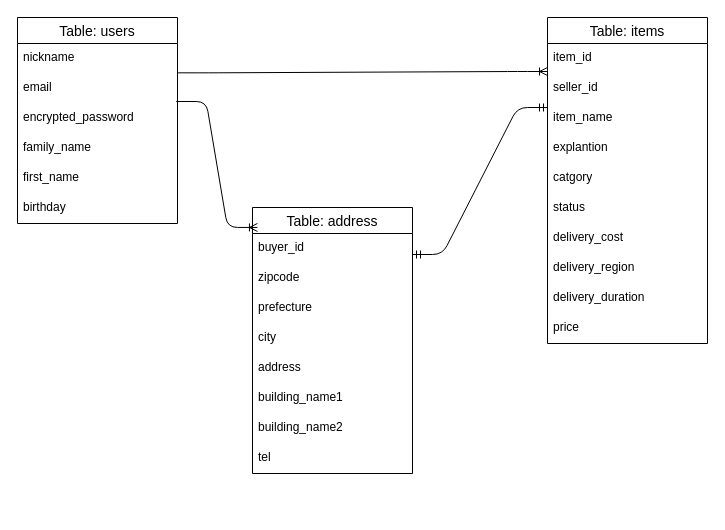
Above: ER.dio in John-Willy-Brandt/furima-46330 (draw.io), before the change. Source tidied: cells renumbered, new cells numbered last; positions are measured from the earlier drawing's top-left corner, leaving out a move shared by most shapes. Both pictures are drawn from the tidied source at 100%, with x=0, y=0 at pixel (17, 17).
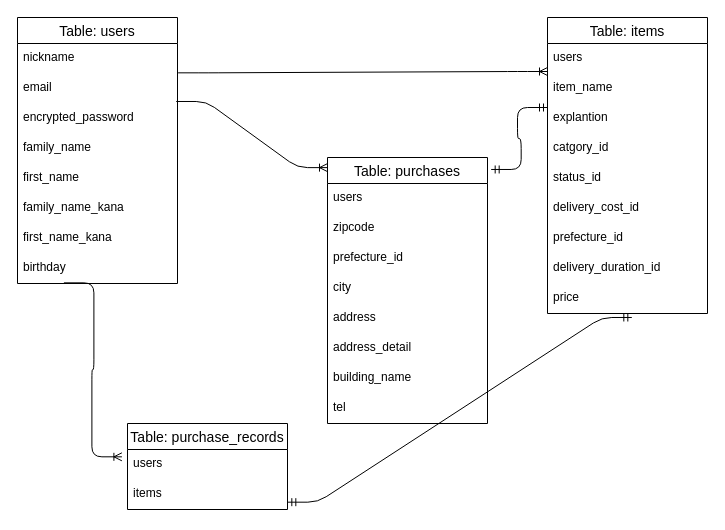
Above is the later version.

Unchanged cells that the change refers to:
```xml
<mxCell id="5" value="encrypted_password" style="text;strokeColor=none;fillColor=none;spacingLeft=4;spacingRight=4;overflow=hidden;points=[[0,0.5],[1,0.5]];portConstraint=eastwest;fontSize=12;whiteSpace=wrap;html=1;" parent="2" vertex="1">
  <mxGeometry y="86" width="160" height="30" as="geometry" />
</mxCell>
```

The edit, as a diff of the source:
```diff
@@
     <mxCell id="2" value="Table: users" style="swimlane;fontStyle=0;horizontal=1;startSize=26;align=center;fontSize=14;" parent="1" vertex="1">
-      <mxGeometry width="160" height="206" as="geometry" />
+      <mxGeometry width="160" height="266" as="geometry" />
     </mxCell>
@@
+    <mxCell id="32" value="family_name_kana&amp;nbsp;" style="text;strokeColor=none;fillColor=none;spacingLeft=4;spacingRight=4;overflow=hidden;fontSize=12;whiteSpace=wrap;html=1;" parent="2" vertex="1">
+      <mxGeometry y="176" width="160" height="30" as="geometry" />
+    </mxCell>
+    <mxCell id="33" value="first_name_kana" style="text;strokeColor=none;fillColor=none;spacingLeft=4;spacingRight=4;overflow=hidden;fontSize=12;whiteSpace=wrap;html=1;" parent="2" vertex="1">
+      <mxGeometry y="206" width="160" height="30" as="geometry" />
+    </mxCell>
     <mxCell id="8" value="birthday" style="text;strokeColor=none;fillColor=none;spacingLeft=4;spacingRight=4;overflow=hidden;points=[[0,0.5],[1,0.5]];portConstraint=eastwest;fontSize=12;whiteSpace=wrap;html=1;" parent="2" vertex="1">
-      <mxGeometry y="176" width="160" height="30" as="geometry" />
+      <mxGeometry y="236" width="160" height="30" as="geometry" />
     </mxCell>
     <mxCell id="9" value="Table: items" style="swimlane;fontStyle=0;horizontal=1;startSize=26;align=center;fontSize=14;" parent="1" vertex="1">
-      <mxGeometry x="530" width="160" height="326" as="geometry" />
+      <mxGeometry x="530" width="160" height="296" as="geometry" />
     </mxCell>
-    <mxCell id="10" value="item_id&amp;nbsp;" style="text;strokeColor=none;fillColor=none;spacingLeft=4;spacingRight=4;overflow=hidden;fontSize=12;whiteSpace=wrap;html=1;" parent="9" vertex="1">
-      <mxGeometry y="26" width="160" height="30" as="geometry" />
-    </mxCell>
-    <mxCell id="11" value="seller_id" style="text;strokeColor=none;fillColor=none;spacingLeft=4;spacingRight=4;overflow=hidden;fontSize=12;whiteSpace=wrap;html=1;" parent="9" vertex="1">
-      <mxGeometry y="56" width="160" height="30" as="geometry" />
+    <mxCell id="11" value="users" style="text;strokeColor=none;fillColor=none;spacingLeft=4;spacingRight=4;overflow=hidden;fontSize=12;whiteSpace=wrap;html=1;" parent="9" vertex="1">
+      <mxGeometry y="26" width="160" height="30" as="geometry" />
     </mxCell>
     <mxCell id="12" value="item_name" style="text;strokeColor=none;fillColor=none;spacingLeft=4;spacingRight=4;overflow=hidden;fontSize=12;whiteSpace=wrap;html=1;" parent="9" vertex="1">
-      <mxGeometry y="86" width="160" height="30" as="geometry" />
+      <mxGeometry y="56" width="160" height="30" as="geometry" />
     </mxCell>
     <mxCell id="13" value="explantion&lt;div&gt;&lt;br&gt;&lt;/div&gt;" style="text;strokeColor=none;fillColor=none;spacingLeft=4;spacingRight=4;overflow=hidden;fontSize=12;whiteSpace=wrap;html=1;" parent="9" vertex="1">
-      <mxGeometry y="116" width="160" height="30" as="geometry" />
+      <mxGeometry y="86" width="160" height="30" as="geometry" />
     </mxCell>
-    <mxCell id="14" value="catgory" style="text;strokeColor=none;fillColor=none;spacingLeft=4;spacingRight=4;overflow=hidden;fontSize=12;whiteSpace=wrap;html=1;" parent="9" vertex="1">
-      <mxGeometry y="146" width="160" height="30" as="geometry" />
+    <mxCell id="14" value="catgory_id&amp;nbsp;" style="text;strokeColor=none;fillColor=none;spacingLeft=4;spacingRight=4;overflow=hidden;fontSize=12;whiteSpace=wrap;html=1;" parent="9" vertex="1">
+      <mxGeometry y="116" width="160" height="30" as="geometry" />
     </mxCell>
-    <mxCell id="15" value="status" style="text;strokeColor=none;fillColor=none;spacingLeft=4;spacingRight=4;overflow=hidden;fontSize=12;whiteSpace=wrap;html=1;" parent="9" vertex="1">
-      <mxGeometry y="176" width="160" height="30" as="geometry" />
+    <mxCell id="15" value="status_id&amp;nbsp;" style="text;strokeColor=none;fillColor=none;spacingLeft=4;spacingRight=4;overflow=hidden;fontSize=12;whiteSpace=wrap;html=1;" parent="9" vertex="1">
+      <mxGeometry y="146" width="160" height="30" as="geometry" />
     </mxCell>
-    <mxCell id="16" value="delivery_cost" style="text;strokeColor=none;fillColor=none;spacingLeft=4;spacingRight=4;overflow=hidden;fontSize=12;whiteSpace=wrap;html=1;" parent="9" vertex="1">
-      <mxGeometry y="206" width="160" height="30" as="geometry" />
+    <mxCell id="16" value="delivery_cost_id&amp;nbsp;" style="text;strokeColor=none;fillColor=none;spacingLeft=4;spacingRight=4;overflow=hidden;fontSize=12;whiteSpace=wrap;html=1;" parent="9" vertex="1">
+      <mxGeometry y="176" width="160" height="30" as="geometry" />
     </mxCell>
-    <mxCell id="17" value="delivery_region" style="text;strokeColor=none;fillColor=none;spacingLeft=4;spacingRight=4;overflow=hidden;fontSize=12;whiteSpace=wrap;html=1;" parent="9" vertex="1">
-      <mxGeometry y="236" width="160" height="30" as="geometry" />
+    <mxCell id="17" value="prefecture_id" style="text;strokeColor=none;fillColor=none;spacingLeft=4;spacingRight=4;overflow=hidden;fontSize=12;whiteSpace=wrap;html=1;" parent="9" vertex="1">
+      <mxGeometry y="206" width="160" height="30" as="geometry" />
     </mxCell>
-    <mxCell id="18" value="delivery_duration" style="text;strokeColor=none;fillColor=none;spacingLeft=4;spacingRight=4;overflow=hidden;fontSize=12;whiteSpace=wrap;html=1;" parent="9" vertex="1">
-      <mxGeometry y="266" width="160" height="30" as="geometry" />
+    <mxCell id="18" value="delivery_duration_id" style="text;strokeColor=none;fillColor=none;spacingLeft=4;spacingRight=4;overflow=hidden;fontSize=12;whiteSpace=wrap;html=1;" parent="9" vertex="1">
+      <mxGeometry y="236" width="160" height="30" as="geometry" />
     </mxCell>
     <mxCell id="19" value="price" style="text;strokeColor=none;fillColor=none;spacingLeft=4;spacingRight=4;overflow=hidden;points=[[0,0.5],[1,0.5]];portConstraint=eastwest;fontSize=12;whiteSpace=wrap;html=1;" parent="9" vertex="1">
-      <mxGeometry y="296" width="160" height="30" as="geometry" />
+      <mxGeometry y="266" width="160" height="30" as="geometry" />
     </mxCell>
-    <mxCell id="20" value="Table: address" style="swimlane;fontStyle=0;horizontal=1;startSize=26;align=center;fontSize=14;" parent="1" vertex="1">
-      <mxGeometry x="235" y="190" width="160" height="266" as="geometry" />
+    <mxCell id="20" value="Table: purchases" style="swimlane;fontStyle=0;horizontal=1;startSize=26;align=center;fontSize=14;" parent="1" vertex="1">
+      <mxGeometry x="310" y="140" width="160" height="266" as="geometry" />
     </mxCell>
-    <mxCell id="21" value="buyer_id" style="text;strokeColor=none;fillColor=none;spacingLeft=4;spacingRight=4;overflow=hidden;fontSize=12;whiteSpace=wrap;html=1;" parent="20" vertex="1">
+    <mxCell id="21" value="users" style="text;strokeColor=none;fillColor=none;spacingLeft=4;spacingRight=4;overflow=hidden;fontSize=12;whiteSpace=wrap;html=1;" parent="20" vertex="1">
       <mxGeometry y="26" width="160" height="30" as="geometry" />
     </mxCell>
@@
-    <mxCell id="23" value="prefecture" style="text;strokeColor=none;fillColor=none;spacingLeft=4;spacingRight=4;overflow=hidden;fontSize=12;whiteSpace=wrap;html=1;" parent="20" vertex="1">
+    <mxCell id="23" value="prefecture_id" style="text;strokeColor=none;fillColor=none;spacingLeft=4;spacingRight=4;overflow=hidden;fontSize=12;whiteSpace=wrap;html=1;" parent="20" vertex="1">
       <mxGeometry y="86" width="160" height="30" as="geometry" />
     </mxCell>
@@
-    <mxCell id="26" value="building_name1" style="text;strokeColor=none;fillColor=none;spacingLeft=4;spacingRight=4;overflow=hidden;fontSize=12;whiteSpace=wrap;html=1;" parent="20" vertex="1">
+    <mxCell id="26" value="address_detail" style="text;strokeColor=none;fillColor=none;spacingLeft=4;spacingRight=4;overflow=hidden;fontSize=12;whiteSpace=wrap;html=1;" parent="20" vertex="1">
       <mxGeometry y="176" width="160" height="30" as="geometry" />
     </mxCell>
-    <mxCell id="27" value="building_name2" style="text;strokeColor=none;fillColor=none;spacingLeft=4;spacingRight=4;overflow=hidden;fontSize=12;whiteSpace=wrap;html=1;" parent="20" vertex="1">
+    <mxCell id="27" value="building_name" style="text;strokeColor=none;fillColor=none;spacingLeft=4;spacingRight=4;overflow=hidden;fontSize=12;whiteSpace=wrap;html=1;" parent="20" vertex="1">
       <mxGeometry y="206" width="160" height="30" as="geometry" />
     </mxCell>
@@
-    <mxCell id="29" style="edgeStyle=entityRelationEdgeStyle;fontSize=12;html=1;endArrow=ERmandOne;startArrow=ERmandOne;" parent="1" edge="1">
+    <mxCell id="29" style="edgeStyle=entityRelationEdgeStyle;fontSize=12;html=1;endArrow=ERmandOne;startArrow=ERmandOne;exitX=1.023;exitY=0.045;exitDx=0;exitDy=0;exitPerimeter=0;" parent="1" edge="1" source="20">
       <mxGeometry relative="1" as="geometry">
-        <mxPoint x="395" y="237" as="sourcePoint" />
         <mxPoint x="530" y="90" as="targetPoint" />
         <Array as="points">
           <mxPoint x="477.6" y="420" />
           <mxPoint x="527.6" y="250" />
           <mxPoint x="547.6" y="330" />
           <mxPoint x="507.6" y="350" />
           <mxPoint x="527.6" y="380" />
           <mxPoint x="467.6" y="300" />
         </Array>
       </mxGeometry>
     </mxCell>
@@
-    <mxCell id="31" style="edgeStyle=entityRelationEdgeStyle;fontSize=12;html=1;endArrow=ERoneToMany;exitX=0.992;exitY=-0.067;exitDx=0;exitDy=0;exitPerimeter=0;entryX=0.031;entryY=0.075;entryDx=0;entryDy=0;entryPerimeter=0;" parent="1" edge="1" source="5" target="20">
+    <mxCell id="31" style="edgeStyle=entityRelationEdgeStyle;fontSize=12;html=1;endArrow=ERoneToMany;exitX=0.992;exitY=-0.067;exitDx=0;exitDy=0;exitPerimeter=0;entryX=0;entryY=0.038;entryDx=0;entryDy=0;entryPerimeter=0;" parent="1" edge="1" source="5" target="20">
       <mxGeometry relative="1" as="geometry" />
     </mxCell>
+    <mxCell id="34" value="Table: purchase_records" style="swimlane;fontStyle=0;horizontal=1;startSize=26;align=center;fontSize=14;" parent="1" vertex="1">
+      <mxGeometry x="110" y="406" width="160" height="86" as="geometry" />
+    </mxCell>
+    <mxCell id="35" value="users" style="text;strokeColor=none;fillColor=none;spacingLeft=4;spacingRight=4;overflow=hidden;points=[[0,0.5],[1,0.5]];portConstraint=eastwest;fontSize=12;whiteSpace=wrap;html=1;" parent="34" vertex="1">
+      <mxGeometry y="26" width="160" height="30" as="geometry" />
+    </mxCell>
+    <mxCell id="36" value="items" style="text;strokeColor=none;fillColor=none;spacingLeft=4;spacingRight=4;overflow=hidden;points=[[0,0.5],[1,0.5]];portConstraint=eastwest;fontSize=12;whiteSpace=wrap;html=1;" parent="34" vertex="1">
+      <mxGeometry y="56" width="160" height="30" as="geometry" />
+    </mxCell>
+    <mxCell id="37" style="edgeStyle=entityRelationEdgeStyle;fontSize=12;html=1;endArrow=ERoneToMany;exitX=0.29;exitY=0.978;exitDx=0;exitDy=0;entryX=-0.035;entryY=0.244;entryDx=0;entryDy=0;entryPerimeter=0;exitPerimeter=0;" parent="1" edge="1" source="8" target="35">
+      <mxGeometry relative="1" as="geometry">
+        <Array as="points">
+          <mxPoint x="170" y="130" />
+          <mxPoint x="-10" y="260" />
+        </Array>
+      </mxGeometry>
+    </mxCell>
+    <mxCell id="38" style="edgeStyle=entityRelationEdgeStyle;fontSize=12;html=1;endArrow=ERmandOne;startArrow=ERmandOne;exitX=1.002;exitY=0.756;exitDx=0;exitDy=0;exitPerimeter=0;entryX=0.527;entryY=1.133;entryDx=0;entryDy=0;entryPerimeter=0;" parent="1" edge="1" source="36" target="19">
+      <mxGeometry relative="1" as="geometry">
+        <Array as="points">
+          <mxPoint x="583.6" y="688" />
+          <mxPoint x="633.6" y="518" />
+          <mxPoint x="653.6" y="598" />
+          <mxPoint x="613.6" y="618" />
+          <mxPoint x="633.6" y="648" />
+          <mxPoint x="573.6" y="568" />
+        </Array>
+      </mxGeometry>
+    </mxCell>
```
